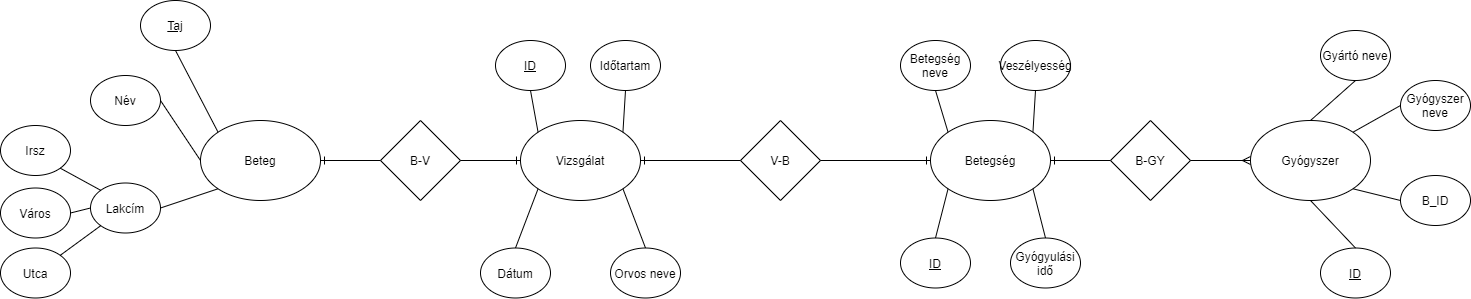
Earlier version of the draw.io export XMLFeladatQOHYCR/ERqohycr.png (Jorghy/QOHYCR_XMLgyak). Source tidied: cells renumbered, new cells last; positions are measured from the earlier drawing's top-left corner, leaving out a move shared by most shapes. Its diagram source:
```xml
<mxGraphModel>
  <root>
    <mxCell id="0" />
    <mxCell id="1" parent="0" />
    <mxCell id="2" value="Gyógyszer" style="ellipse;whiteSpace=wrap;html=1;" parent="1" vertex="1">
      <mxGeometry x="1250" y="120" width="120" height="80" as="geometry" />
    </mxCell>
    <mxCell id="3" value="Betegség" style="ellipse;whiteSpace=wrap;html=1;" parent="1" vertex="1">
      <mxGeometry x="930" y="120" width="120" height="80" as="geometry" />
    </mxCell>
    <mxCell id="4" value="Vizsgálat" style="ellipse;whiteSpace=wrap;html=1;" parent="1" vertex="1">
      <mxGeometry x="520" y="120" width="120" height="80" as="geometry" />
    </mxCell>
    <mxCell id="5" value="Beteg" style="ellipse;whiteSpace=wrap;html=1;" parent="1" vertex="1">
      <mxGeometry x="200" y="120" width="120" height="80" as="geometry" />
    </mxCell>
    <mxCell id="6" value="Név" style="ellipse;whiteSpace=wrap;html=1;" parent="1" vertex="1">
      <mxGeometry x="90" y="75" width="70" height="50" as="geometry" />
    </mxCell>
    <mxCell id="7" value="Lakcím" style="ellipse;whiteSpace=wrap;html=1;" parent="1" vertex="1">
      <mxGeometry x="90" y="182.5" width="70" height="50" as="geometry" />
    </mxCell>
    <mxCell id="8" value="B-V" style="rhombus;whiteSpace=wrap;html=1;" parent="1" vertex="1">
      <mxGeometry x="380" y="120" width="80" height="80" as="geometry" />
    </mxCell>
    <mxCell id="9" value="Időtartam" style="ellipse;whiteSpace=wrap;html=1;" parent="1" vertex="1">
      <mxGeometry x="590" y="40" width="70" height="50" as="geometry" />
    </mxCell>
    <mxCell id="10" value="Orvos neve" style="ellipse;whiteSpace=wrap;html=1;" parent="1" vertex="1">
      <mxGeometry x="610" y="247.5" width="70" height="50" as="geometry" />
    </mxCell>
    <mxCell id="11" value="Dátum" style="ellipse;whiteSpace=wrap;html=1;" parent="1" vertex="1">
      <mxGeometry x="480" y="247.5" width="70" height="50" as="geometry" />
    </mxCell>
    <mxCell id="12" value="V-B" style="rhombus;whiteSpace=wrap;html=1;" parent="1" vertex="1">
      <mxGeometry x="740" y="120" width="80" height="80" as="geometry" />
    </mxCell>
    <mxCell id="13" value="Veszélyesség" style="ellipse;whiteSpace=wrap;html=1;" parent="1" vertex="1">
      <mxGeometry x="1000" y="40" width="70" height="50" as="geometry" />
    </mxCell>
    <mxCell id="14" value="Gyógyulási idő" style="ellipse;whiteSpace=wrap;html=1;" parent="1" vertex="1">
      <mxGeometry x="1010" y="237.5" width="70" height="50" as="geometry" />
    </mxCell>
    <mxCell id="15" value="Betegség neve" style="ellipse;whiteSpace=wrap;html=1;" parent="1" vertex="1">
      <mxGeometry x="900" y="40" width="70" height="50" as="geometry" />
    </mxCell>
    <mxCell id="16" value="Gyógyszer neve" style="ellipse;whiteSpace=wrap;html=1;" parent="1" vertex="1">
      <mxGeometry x="1400" y="80" width="70" height="50" as="geometry" />
    </mxCell>
    <mxCell id="17" value="Gyártó neve" style="ellipse;whiteSpace=wrap;html=1;" parent="1" vertex="1">
      <mxGeometry x="1320" y="30" width="70" height="50" as="geometry" />
    </mxCell>
    <mxCell id="18" value="Irsz" style="ellipse;whiteSpace=wrap;html=1;" parent="1" vertex="1">
      <mxGeometry y="125" width="70" height="50" as="geometry" />
    </mxCell>
    <mxCell id="19" value="Város" style="ellipse;whiteSpace=wrap;html=1;" parent="1" vertex="1">
      <mxGeometry y="187.5" width="70" height="50" as="geometry" />
    </mxCell>
    <mxCell id="20" value="Utca" style="ellipse;whiteSpace=wrap;html=1;" parent="1" vertex="1">
      <mxGeometry y="247.5" width="70" height="50" as="geometry" />
    </mxCell>
    <mxCell id="21" value="&lt;u&gt;Taj&lt;/u&gt;" style="ellipse;whiteSpace=wrap;html=1;" parent="1" vertex="1">
      <mxGeometry x="140" width="70" height="50" as="geometry" />
    </mxCell>
    <mxCell id="22" style="endArrow=none;html=1;entryX=0;entryY=0;entryDx=0;entryDy=0;exitX=1;exitY=1;exitDx=0;exitDy=0;" parent="1" edge="1" source="18" target="7">
      <mxGeometry relative="1" as="geometry" />
    </mxCell>
    <mxCell id="23" style="endArrow=none;html=1;entryX=0;entryY=0.5;entryDx=0;entryDy=0;exitX=1;exitY=0.5;exitDx=0;exitDy=0;" parent="1" edge="1" source="19" target="7">
      <mxGeometry relative="1" as="geometry" />
    </mxCell>
    <mxCell id="24" style="endArrow=none;html=1;entryX=0;entryY=1;entryDx=0;entryDy=0;exitX=1;exitY=0;exitDx=0;exitDy=0;" parent="1" edge="1" source="20" target="7">
      <mxGeometry relative="1" as="geometry" />
    </mxCell>
    <mxCell id="25" style="endArrow=none;html=1;entryX=0;entryY=1;entryDx=0;entryDy=0;exitX=1;exitY=0.5;exitDx=0;exitDy=0;" parent="1" edge="1" source="7" target="5">
      <mxGeometry relative="1" as="geometry" />
    </mxCell>
    <mxCell id="26" style="endArrow=none;html=1;entryX=0;entryY=0.5;entryDx=0;entryDy=0;exitX=1;exitY=0.5;exitDx=0;exitDy=0;" parent="1" edge="1" source="6" target="5">
      <mxGeometry relative="1" as="geometry" />
    </mxCell>
    <mxCell id="27" style="endArrow=none;html=1;entryX=0;entryY=0;entryDx=0;entryDy=0;exitX=0.5;exitY=1;exitDx=0;exitDy=0;" parent="1" edge="1" source="21" target="5">
      <mxGeometry relative="1" as="geometry" />
    </mxCell>
    <mxCell id="28" value="&lt;u&gt;ID&lt;/u&gt;" style="ellipse;whiteSpace=wrap;html=1;" parent="1" vertex="1">
      <mxGeometry x="495" y="40" width="70" height="50" as="geometry" />
    </mxCell>
    <mxCell id="29" value="B-GY" style="rhombus;whiteSpace=wrap;html=1;" parent="1" vertex="1">
      <mxGeometry x="1110" y="120" width="80" height="80" as="geometry" />
    </mxCell>
    <mxCell id="30" style="endArrow=none;html=1;entryX=0.5;entryY=0;entryDx=0;entryDy=0;exitX=0;exitY=1;exitDx=0;exitDy=0;" parent="1" edge="1" source="4" target="11">
      <mxGeometry relative="1" as="geometry" />
    </mxCell>
    <mxCell id="31" style="endArrow=none;html=1;entryX=0.5;entryY=0;entryDx=0;entryDy=0;exitX=1;exitY=1;exitDx=0;exitDy=0;" parent="1" edge="1" source="4" target="10">
      <mxGeometry relative="1" as="geometry" />
    </mxCell>
    <mxCell id="32" style="endArrow=none;html=1;entryX=0.5;entryY=1;entryDx=0;entryDy=0;exitX=1;exitY=0;exitDx=0;exitDy=0;" parent="1" edge="1" source="4" target="9">
      <mxGeometry relative="1" as="geometry" />
    </mxCell>
    <mxCell id="33" style="endArrow=none;html=1;entryX=0.5;entryY=1;entryDx=0;entryDy=0;exitX=0;exitY=0;exitDx=0;exitDy=0;" parent="1" edge="1" source="4" target="28">
      <mxGeometry relative="1" as="geometry" />
    </mxCell>
    <mxCell id="34" value="&lt;u&gt;ID&lt;/u&gt;" style="ellipse;whiteSpace=wrap;html=1;" parent="1" vertex="1">
      <mxGeometry x="900" y="237.5" width="70" height="50" as="geometry" />
    </mxCell>
    <mxCell id="35" value="B_ID" style="ellipse;whiteSpace=wrap;html=1;" parent="1" vertex="1">
      <mxGeometry x="1400" y="175" width="70" height="50" as="geometry" />
    </mxCell>
    <mxCell id="36" value="&lt;u&gt;ID&lt;/u&gt;" style="ellipse;whiteSpace=wrap;html=1;" parent="1" vertex="1">
      <mxGeometry x="1320" y="247.5" width="70" height="50" as="geometry" />
    </mxCell>
    <mxCell id="37" style="endArrow=none;html=1;entryX=0.5;entryY=1;entryDx=0;entryDy=0;exitX=0;exitY=0;exitDx=0;exitDy=0;" parent="1" edge="1" source="3" target="15">
      <mxGeometry relative="1" as="geometry" />
    </mxCell>
    <mxCell id="38" style="endArrow=none;html=1;entryX=0;entryY=1;entryDx=0;entryDy=0;exitX=0.5;exitY=0;exitDx=0;exitDy=0;" parent="1" edge="1" source="34" target="3">
      <mxGeometry relative="1" as="geometry" />
    </mxCell>
    <mxCell id="39" style="endArrow=none;html=1;entryX=1;entryY=1;entryDx=0;entryDy=0;exitX=0.5;exitY=0;exitDx=0;exitDy=0;" parent="1" edge="1" source="14" target="3">
      <mxGeometry relative="1" as="geometry" />
    </mxCell>
    <mxCell id="40" style="endArrow=none;html=1;entryX=0.5;entryY=1;entryDx=0;entryDy=0;exitX=1;exitY=0;exitDx=0;exitDy=0;" parent="1" edge="1" source="3" target="13">
      <mxGeometry relative="1" as="geometry" />
    </mxCell>
    <mxCell id="41" style="endArrow=none;html=1;entryX=0.5;entryY=1;entryDx=0;entryDy=0;exitX=0.5;exitY=0;exitDx=0;exitDy=0;" parent="1" edge="1" source="36" target="2">
      <mxGeometry relative="1" as="geometry" />
    </mxCell>
    <mxCell id="42" style="endArrow=none;html=1;entryX=1;entryY=1;entryDx=0;entryDy=0;exitX=0;exitY=0.5;exitDx=0;exitDy=0;" parent="1" edge="1" source="35" target="2">
      <mxGeometry relative="1" as="geometry" />
    </mxCell>
    <mxCell id="43" style="endArrow=none;html=1;entryX=1;entryY=0;entryDx=0;entryDy=0;exitX=0;exitY=0.5;exitDx=0;exitDy=0;" parent="1" edge="1" source="16" target="2">
      <mxGeometry relative="1" as="geometry" />
    </mxCell>
    <mxCell id="44" style="endArrow=none;html=1;exitX=0.5;exitY=1;exitDx=0;exitDy=0;entryX=0.5;entryY=0;entryDx=0;entryDy=0;" parent="1" edge="1" source="17" target="2">
      <mxGeometry relative="1" as="geometry" />
    </mxCell>
    <mxCell id="45" style="endArrow=none;html=1;entryX=0;entryY=0.5;entryDx=0;entryDy=0;exitX=1;exitY=0.5;exitDx=0;exitDy=0;startArrow=ERone;startFill=0;" parent="1" edge="1" source="5" target="8">
      <mxGeometry relative="1" as="geometry" />
    </mxCell>
    <mxCell id="46" style="endArrow=none;html=1;entryX=1;entryY=0.5;entryDx=0;entryDy=0;exitX=0;exitY=0.5;exitDx=0;exitDy=0;startArrow=ERone;startFill=0;" parent="1" edge="1" source="4" target="8">
      <mxGeometry relative="1" as="geometry" />
    </mxCell>
    <mxCell id="47" style="endArrow=none;html=1;entryX=1;entryY=0.5;entryDx=0;entryDy=0;exitX=0;exitY=0.5;exitDx=0;exitDy=0;startArrow=ERone;startFill=0;" parent="1" edge="1" source="3" target="12">
      <mxGeometry relative="1" as="geometry" />
    </mxCell>
    <mxCell id="48" style="endArrow=none;html=1;entryX=0;entryY=0.5;entryDx=0;entryDy=0;exitX=1;exitY=0.5;exitDx=0;exitDy=0;startArrow=ERone;startFill=0;" parent="1" edge="1" source="4" target="12">
      <mxGeometry relative="1" as="geometry" />
    </mxCell>
    <mxCell id="49" style="endArrow=none;html=1;exitX=0;exitY=0.5;exitDx=0;exitDy=0;startArrow=ERmany;startFill=0;" parent="1" edge="1" source="2">
      <mxGeometry relative="1" as="geometry">
        <mxPoint x="1190" y="160" as="targetPoint" />
      </mxGeometry>
    </mxCell>
    <mxCell id="50" style="endArrow=none;html=1;entryX=0;entryY=0.5;entryDx=0;entryDy=0;exitX=1;exitY=0.5;exitDx=0;exitDy=0;startArrow=ERone;startFill=0;" parent="1" edge="1" source="3" target="29">
      <mxGeometry relative="1" as="geometry" />
    </mxCell>
  </root>
</mxGraphModel>
```
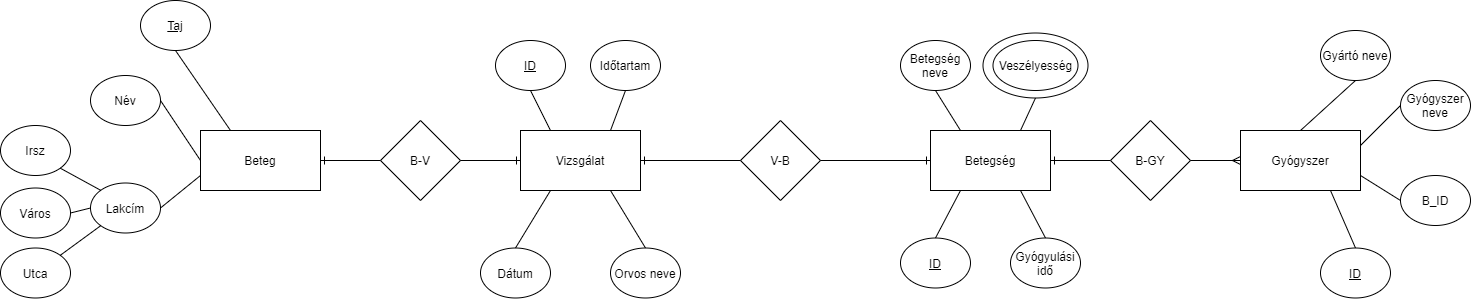
The same file after the commit.

The edit, as a diff of the source:
```diff
@@ -2,18 +2,9 @@
   <root>
     <mxCell id="0" />
     <mxCell id="1" parent="0" />
-    <mxCell id="2" value="Gyógyszer" style="ellipse;whiteSpace=wrap;html=1;" parent="1" vertex="1">
-      <mxGeometry x="1250" y="120" width="120" height="80" as="geometry" />
-    </mxCell>
-    <mxCell id="3" value="Betegség" style="ellipse;whiteSpace=wrap;html=1;" parent="1" vertex="1">
-      <mxGeometry x="930" y="120" width="120" height="80" as="geometry" />
-    </mxCell>
-    <mxCell id="4" value="Vizsgálat" style="ellipse;whiteSpace=wrap;html=1;" parent="1" vertex="1">
-      <mxGeometry x="520" y="120" width="120" height="80" as="geometry" />
-    </mxCell>
-    <mxCell id="5" value="Beteg" style="ellipse;whiteSpace=wrap;html=1;" parent="1" vertex="1">
-      <mxGeometry x="200" y="120" width="120" height="80" as="geometry" />
-    </mxCell>
+    <mxCell id="51" style="ellipse;whiteSpace=wrap;html=1;" parent="1" vertex="1">
+      <mxGeometry x="982.5" y="32.5" width="105" height="65" as="geometry" />
+    </mxCell>
     <mxCell id="6" value="Név" style="ellipse;whiteSpace=wrap;html=1;" parent="1" vertex="1">
       <mxGeometry x="90" y="75" width="70" height="50" as="geometry" />
     </mxCell>
@@ -36,7 +27,7 @@
       <mxGeometry x="740" y="120" width="80" height="80" as="geometry" />
     </mxCell>
     <mxCell id="13" value="Veszélyesség" style="ellipse;whiteSpace=wrap;html=1;" parent="1" vertex="1">
-      <mxGeometry x="1000" y="40" width="70" height="50" as="geometry" />
+      <mxGeometry x="992.5" y="40" width="85" height="50" as="geometry" />
     </mxCell>
     <mxCell id="14" value="Gyógyulási idő" style="ellipse;whiteSpace=wrap;html=1;" parent="1" vertex="1">
       <mxGeometry x="1010" y="237.5" width="70" height="50" as="geometry" />
@@ -71,13 +62,13 @@
     <mxCell id="24" style="endArrow=none;html=1;entryX=0;entryY=1;entryDx=0;entryDy=0;exitX=1;exitY=0;exitDx=0;exitDy=0;" parent="1" edge="1" source="20" target="7">
       <mxGeometry relative="1" as="geometry" />
     </mxCell>
-    <mxCell id="25" style="endArrow=none;html=1;entryX=0;entryY=1;entryDx=0;entryDy=0;exitX=1;exitY=0.5;exitDx=0;exitDy=0;" parent="1" edge="1" source="7" target="5">
+    <mxCell id="25" style="endArrow=none;html=1;entryX=0;entryY=0.75;entryDx=0;entryDy=0;exitX=1;exitY=0.5;exitDx=0;exitDy=0;" parent="1" edge="1" source="7" target="5">
       <mxGeometry relative="1" as="geometry" />
     </mxCell>
     <mxCell id="26" style="endArrow=none;html=1;entryX=0;entryY=0.5;entryDx=0;entryDy=0;exitX=1;exitY=0.5;exitDx=0;exitDy=0;" parent="1" edge="1" source="6" target="5">
       <mxGeometry relative="1" as="geometry" />
     </mxCell>
-    <mxCell id="27" style="endArrow=none;html=1;entryX=0;entryY=0;entryDx=0;entryDy=0;exitX=0.5;exitY=1;exitDx=0;exitDy=0;" parent="1" edge="1" source="21" target="5">
+    <mxCell id="27" style="endArrow=none;html=1;entryX=0.25;entryY=0;entryDx=0;entryDy=0;exitX=0.5;exitY=1;exitDx=0;exitDy=0;" parent="1" edge="1" source="21" target="5">
       <mxGeometry relative="1" as="geometry" />
     </mxCell>
     <mxCell id="28" value="&lt;u&gt;ID&lt;/u&gt;" style="ellipse;whiteSpace=wrap;html=1;" parent="1" vertex="1">
@@ -86,16 +77,16 @@
     <mxCell id="29" value="B-GY" style="rhombus;whiteSpace=wrap;html=1;" parent="1" vertex="1">
       <mxGeometry x="1110" y="120" width="80" height="80" as="geometry" />
     </mxCell>
-    <mxCell id="30" style="endArrow=none;html=1;entryX=0.5;entryY=0;entryDx=0;entryDy=0;exitX=0;exitY=1;exitDx=0;exitDy=0;" parent="1" edge="1" source="4" target="11">
+    <mxCell id="30" style="endArrow=none;html=1;entryX=0.5;entryY=0;entryDx=0;entryDy=0;exitX=0.25;exitY=1;exitDx=0;exitDy=0;" parent="1" edge="1" source="4" target="11">
       <mxGeometry relative="1" as="geometry" />
     </mxCell>
-    <mxCell id="31" style="endArrow=none;html=1;entryX=0.5;entryY=0;entryDx=0;entryDy=0;exitX=1;exitY=1;exitDx=0;exitDy=0;" parent="1" edge="1" source="4" target="10">
+    <mxCell id="31" style="endArrow=none;html=1;entryX=0.5;entryY=0;entryDx=0;entryDy=0;exitX=0.75;exitY=1;exitDx=0;exitDy=0;" parent="1" edge="1" source="4" target="10">
       <mxGeometry relative="1" as="geometry" />
     </mxCell>
-    <mxCell id="32" style="endArrow=none;html=1;entryX=0.5;entryY=1;entryDx=0;entryDy=0;exitX=1;exitY=0;exitDx=0;exitDy=0;" parent="1" edge="1" source="4" target="9">
+    <mxCell id="32" style="endArrow=none;html=1;entryX=0.5;entryY=1;entryDx=0;entryDy=0;exitX=0.75;exitY=0;exitDx=0;exitDy=0;" parent="1" edge="1" source="4" target="9">
       <mxGeometry relative="1" as="geometry" />
     </mxCell>
-    <mxCell id="33" style="endArrow=none;html=1;entryX=0.5;entryY=1;entryDx=0;entryDy=0;exitX=0;exitY=0;exitDx=0;exitDy=0;" parent="1" edge="1" source="4" target="28">
+    <mxCell id="33" style="endArrow=none;html=1;entryX=0.5;entryY=1;entryDx=0;entryDy=0;exitX=0.25;exitY=0;exitDx=0;exitDy=0;" parent="1" edge="1" source="4" target="28">
       <mxGeometry relative="1" as="geometry" />
     </mxCell>
     <mxCell id="34" value="&lt;u&gt;ID&lt;/u&gt;" style="ellipse;whiteSpace=wrap;html=1;" parent="1" vertex="1">
@@ -107,25 +98,25 @@
     <mxCell id="36" value="&lt;u&gt;ID&lt;/u&gt;" style="ellipse;whiteSpace=wrap;html=1;" parent="1" vertex="1">
       <mxGeometry x="1320" y="247.5" width="70" height="50" as="geometry" />
     </mxCell>
-    <mxCell id="37" style="endArrow=none;html=1;entryX=0.5;entryY=1;entryDx=0;entryDy=0;exitX=0;exitY=0;exitDx=0;exitDy=0;" parent="1" edge="1" source="3" target="15">
+    <mxCell id="37" style="endArrow=none;html=1;entryX=0.5;entryY=1;entryDx=0;entryDy=0;exitX=0.25;exitY=0;exitDx=0;exitDy=0;" parent="1" edge="1" source="3" target="15">
       <mxGeometry relative="1" as="geometry" />
     </mxCell>
-    <mxCell id="38" style="endArrow=none;html=1;entryX=0;entryY=1;entryDx=0;entryDy=0;exitX=0.5;exitY=0;exitDx=0;exitDy=0;" parent="1" edge="1" source="34" target="3">
+    <mxCell id="38" style="endArrow=none;html=1;entryX=0.25;entryY=1;entryDx=0;entryDy=0;exitX=0.5;exitY=0;exitDx=0;exitDy=0;" parent="1" edge="1" source="34" target="3">
       <mxGeometry relative="1" as="geometry" />
     </mxCell>
-    <mxCell id="39" style="endArrow=none;html=1;entryX=1;entryY=1;entryDx=0;entryDy=0;exitX=0.5;exitY=0;exitDx=0;exitDy=0;" parent="1" edge="1" source="14" target="3">
+    <mxCell id="39" style="endArrow=none;html=1;entryX=0.75;entryY=1;entryDx=0;entryDy=0;exitX=0.5;exitY=0;exitDx=0;exitDy=0;" parent="1" edge="1" source="14" target="3">
       <mxGeometry relative="1" as="geometry" />
     </mxCell>
-    <mxCell id="40" style="endArrow=none;html=1;entryX=0.5;entryY=1;entryDx=0;entryDy=0;exitX=1;exitY=0;exitDx=0;exitDy=0;" parent="1" edge="1" source="3" target="13">
+    <mxCell id="40" style="endArrow=none;html=1;entryX=0.5;entryY=1;entryDx=0;entryDy=0;exitX=0.75;exitY=0;exitDx=0;exitDy=0;" parent="1" edge="1" source="3" target="51">
       <mxGeometry relative="1" as="geometry" />
     </mxCell>
-    <mxCell id="41" style="endArrow=none;html=1;entryX=0.5;entryY=1;entryDx=0;entryDy=0;exitX=0.5;exitY=0;exitDx=0;exitDy=0;" parent="1" edge="1" source="36" target="2">
+    <mxCell id="41" style="endArrow=none;html=1;entryX=0.75;entryY=1;entryDx=0;entryDy=0;exitX=0.5;exitY=0;exitDx=0;exitDy=0;" parent="1" edge="1" source="36" target="2">
       <mxGeometry relative="1" as="geometry" />
     </mxCell>
-    <mxCell id="42" style="endArrow=none;html=1;entryX=1;entryY=1;entryDx=0;entryDy=0;exitX=0;exitY=0.5;exitDx=0;exitDy=0;" parent="1" edge="1" source="35" target="2">
+    <mxCell id="42" style="endArrow=none;html=1;entryX=1;entryY=0.75;entryDx=0;entryDy=0;exitX=0;exitY=0.5;exitDx=0;exitDy=0;" parent="1" edge="1" source="35" target="2">
       <mxGeometry relative="1" as="geometry" />
     </mxCell>
-    <mxCell id="43" style="endArrow=none;html=1;entryX=1;entryY=0;entryDx=0;entryDy=0;exitX=0;exitY=0.5;exitDx=0;exitDy=0;" parent="1" edge="1" source="16" target="2">
+    <mxCell id="43" style="endArrow=none;html=1;entryX=1;entryY=0.25;entryDx=0;entryDy=0;exitX=0;exitY=0.5;exitDx=0;exitDy=0;" parent="1" edge="1" source="16" target="2">
       <mxGeometry relative="1" as="geometry" />
     </mxCell>
     <mxCell id="44" style="endArrow=none;html=1;exitX=0.5;exitY=1;exitDx=0;exitDy=0;entryX=0.5;entryY=0;entryDx=0;entryDy=0;" parent="1" edge="1" source="17" target="2">
@@ -151,5 +142,17 @@
     <mxCell id="50" style="endArrow=none;html=1;entryX=0;entryY=0.5;entryDx=0;entryDy=0;exitX=1;exitY=0.5;exitDx=0;exitDy=0;startArrow=ERone;startFill=0;" parent="1" edge="1" source="3" target="29">
       <mxGeometry relative="1" as="geometry" />
     </mxCell>
+    <mxCell id="5" value="Beteg" style="rounded=0;whiteSpace=wrap;html=1;" parent="1" vertex="1">
+      <mxGeometry x="200" y="130" width="120" height="60" as="geometry" />
+    </mxCell>
+    <mxCell id="4" value="Vizsgálat" style="rounded=0;whiteSpace=wrap;html=1;" parent="1" vertex="1">
+      <mxGeometry x="520" y="130" width="120" height="60" as="geometry" />
+    </mxCell>
+    <mxCell id="3" value="Betegség" style="rounded=0;whiteSpace=wrap;html=1;" parent="1" vertex="1">
+      <mxGeometry x="930" y="130" width="120" height="60" as="geometry" />
+    </mxCell>
+    <mxCell id="2" value="Gyógyszer" style="rounded=0;whiteSpace=wrap;html=1;" parent="1" vertex="1">
+      <mxGeometry x="1240" y="130" width="120" height="60" as="geometry" />
+    </mxCell>
   </root>
 </mxGraphModel>
```
